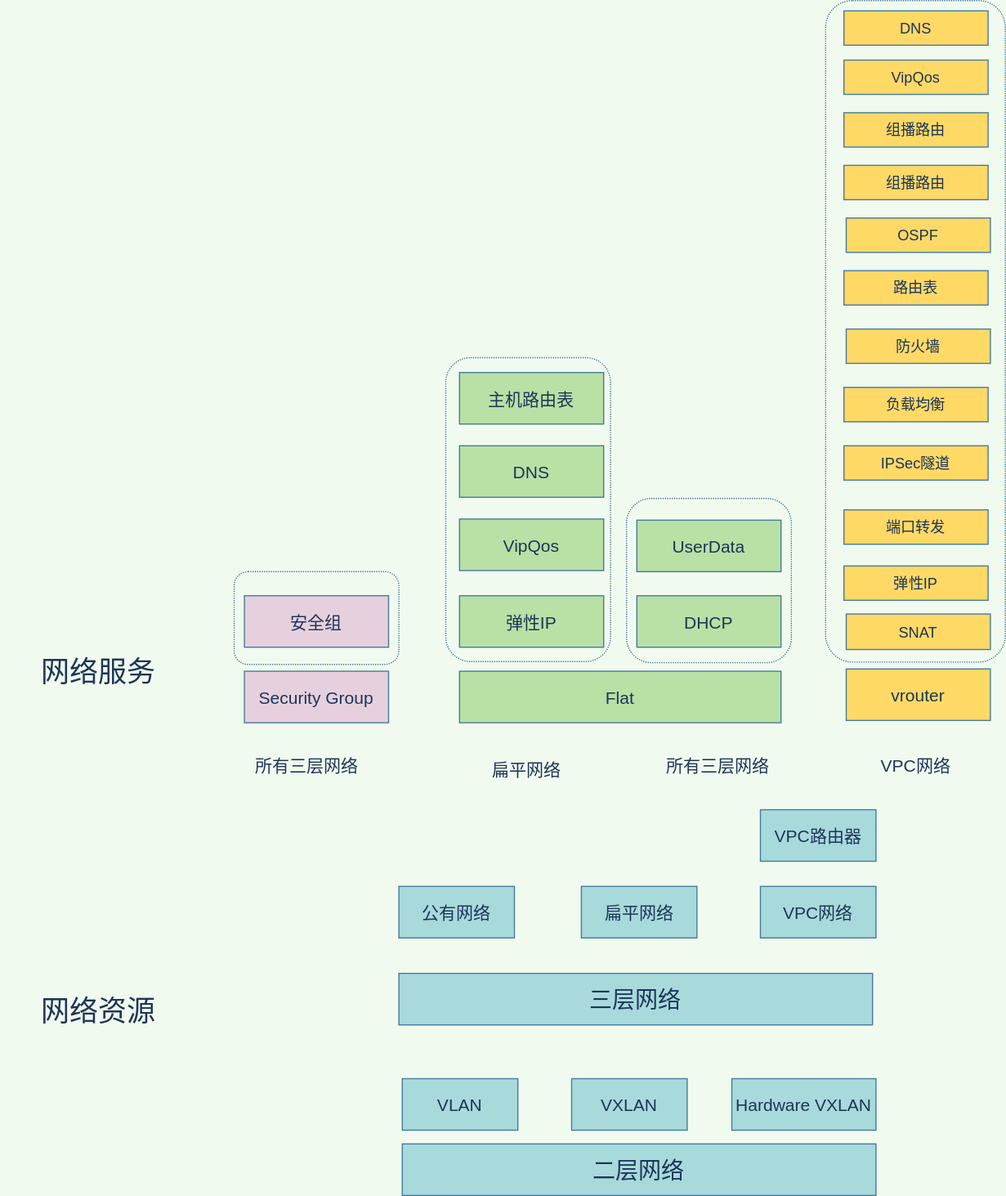
Earlier version of the draw.io export docs/modules/network/images/networkTotal.svg (zstackio/zstack). Source tidied: cells renumbered, new cells last; positions are measured from the earlier drawing's top-left corner, leaving out a move shared by most shapes. Source of this version:
```xml
<mxGraphModel background="#F1FAEE">
  <root>
    <mxCell id="0" />
    <mxCell id="1" parent="0" />
    <mxCell id="2" value="&lt;font style=&quot;font-size: 20px&quot;&gt;二层网络&lt;/font&gt;" style="rounded=0;whiteSpace=wrap;html=1;sketch=0;fontColor=#1D3557;strokeColor=#457B9D;fillColor=#A8DADC;" parent="1" vertex="1">
      <mxGeometry x="351" y="999" width="414" height="45" as="geometry" />
    </mxCell>
    <mxCell id="3" value="&lt;font style=&quot;font-size: 20px&quot;&gt;三层网络&lt;/font&gt;" style="rounded=0;whiteSpace=wrap;html=1;sketch=0;fontColor=#1D3557;strokeColor=#457B9D;fillColor=#A8DADC;" parent="1" vertex="1">
      <mxGeometry x="348" y="850" width="414" height="45" as="geometry" />
    </mxCell>
    <mxCell id="4" value="&lt;font style=&quot;font-size: 15px;&quot;&gt;DHCP&lt;/font&gt;" style="rounded=0;whiteSpace=wrap;html=1;sketch=0;fontColor=#1D3557;strokeColor=#457B9D;fontSize=15;fillColor=#B9E0A5;" parent="1" vertex="1">
      <mxGeometry x="556" y="520" width="126" height="45" as="geometry" />
    </mxCell>
    <mxCell id="5" value="&lt;span style=&quot;font-size: 15px;&quot;&gt;UserData&lt;/span&gt;" style="rounded=0;whiteSpace=wrap;html=1;sketch=0;fontColor=#1D3557;strokeColor=#457B9D;fontSize=15;fillColor=#B9E0A5;" parent="1" vertex="1">
      <mxGeometry x="556" y="454" width="126" height="45" as="geometry" />
    </mxCell>
    <mxCell id="6" value="&lt;span style=&quot;font-size: 15px;&quot;&gt;DNS&lt;/span&gt;" style="rounded=0;whiteSpace=wrap;html=1;sketch=0;fontColor=#1D3557;strokeColor=#457B9D;fontSize=15;fillColor=#B9E0A5;" parent="1" vertex="1">
      <mxGeometry x="401" y="389" width="126" height="45" as="geometry" />
    </mxCell>
    <mxCell id="7" value="&lt;span style=&quot;font-size: 15px&quot;&gt;弹性IP&lt;/span&gt;" style="rounded=0;whiteSpace=wrap;html=1;sketch=0;fontColor=#1D3557;strokeColor=#457B9D;fontSize=15;fillColor=#B9E0A5;" parent="1" vertex="1">
      <mxGeometry x="401" y="520" width="126" height="45" as="geometry" />
    </mxCell>
    <mxCell id="8" value="&lt;font style=&quot;font-size: 13px;&quot;&gt;SNAT&lt;/font&gt;" style="rounded=0;whiteSpace=wrap;html=1;sketch=0;fontColor=#1D3557;strokeColor=#457B9D;fontSize=13;fillColor=#FFD966;" parent="1" vertex="1">
      <mxGeometry x="739" y="536" width="126" height="31" as="geometry" />
    </mxCell>
    <mxCell id="9" value="&lt;font style=&quot;font-size: 25px&quot;&gt;网络资源&lt;/font&gt;" style="text;html=1;strokeColor=none;fillColor=none;align=center;verticalAlign=middle;whiteSpace=wrap;rounded=0;sketch=0;fontSize=15;fontColor=#1D3557;" parent="1" vertex="1">
      <mxGeometry y="866" width="171" height="32" as="geometry" />
    </mxCell>
    <mxCell id="10" value="&lt;font style=&quot;font-size: 15px&quot;&gt;VLAN&lt;/font&gt;" style="rounded=0;whiteSpace=wrap;html=1;sketch=0;fontColor=#1D3557;strokeColor=#457B9D;fillColor=#A8DADC;fontSize=15;" parent="1" vertex="1">
      <mxGeometry x="351" y="942" width="101" height="45" as="geometry" />
    </mxCell>
    <mxCell id="11" value="&lt;font style=&quot;font-size: 15px&quot;&gt;Hardware VXLAN&lt;/font&gt;" style="rounded=0;whiteSpace=wrap;html=1;sketch=0;fontColor=#1D3557;strokeColor=#457B9D;fillColor=#A8DADC;fontSize=15;" parent="1" vertex="1">
      <mxGeometry x="639" y="942" width="126" height="45" as="geometry" />
    </mxCell>
    <mxCell id="12" value="&lt;font style=&quot;font-size: 15px&quot;&gt;VXLAN&lt;/font&gt;" style="rounded=0;whiteSpace=wrap;html=1;sketch=0;fontColor=#1D3557;strokeColor=#457B9D;fillColor=#A8DADC;fontSize=15;" parent="1" vertex="1">
      <mxGeometry x="499" y="942" width="101" height="45" as="geometry" />
    </mxCell>
    <mxCell id="13" value="&lt;font style=&quot;font-size: 15px&quot;&gt;公有网络&lt;/font&gt;" style="rounded=0;whiteSpace=wrap;html=1;sketch=0;fontColor=#1D3557;strokeColor=#457B9D;fillColor=#A8DADC;fontSize=15;" parent="1" vertex="1">
      <mxGeometry x="348" y="774" width="101" height="45" as="geometry" />
    </mxCell>
    <mxCell id="14" value="&lt;font style=&quot;font-size: 15px&quot;&gt;扁平网络&lt;/font&gt;" style="rounded=0;whiteSpace=wrap;html=1;sketch=0;fontColor=#1D3557;strokeColor=#457B9D;fillColor=#A8DADC;fontSize=15;" parent="1" vertex="1">
      <mxGeometry x="507.5" y="774" width="101" height="45" as="geometry" />
    </mxCell>
    <mxCell id="15" value="&lt;font style=&quot;font-size: 15px&quot;&gt;VPC网络&lt;/font&gt;" style="rounded=0;whiteSpace=wrap;html=1;sketch=0;fontColor=#1D3557;strokeColor=#457B9D;fillColor=#A8DADC;fontSize=15;" parent="1" vertex="1">
      <mxGeometry x="664" y="774" width="101" height="45" as="geometry" />
    </mxCell>
    <mxCell id="16" value="&lt;font style=&quot;font-size: 25px&quot;&gt;网络服务&lt;/font&gt;" style="text;html=1;strokeColor=none;fillColor=none;align=center;verticalAlign=middle;whiteSpace=wrap;rounded=0;sketch=0;fontSize=15;fontColor=#1D3557;" parent="1" vertex="1">
      <mxGeometry y="570" width="171" height="32" as="geometry" />
    </mxCell>
    <mxCell id="17" value="&lt;font style=&quot;font-size: 15px&quot;&gt;Flat&lt;/font&gt;" style="rounded=0;whiteSpace=wrap;html=1;sketch=0;fontColor=#1D3557;strokeColor=#457B9D;fontSize=15;fillColor=#B9E0A5;" parent="1" vertex="1">
      <mxGeometry x="401" y="586" width="281" height="45" as="geometry" />
    </mxCell>
    <mxCell id="18" value="&lt;font style=&quot;font-size: 15px&quot;&gt;Security Group&lt;/font&gt;" style="rounded=0;whiteSpace=wrap;html=1;sketch=0;fontColor=#1D3557;strokeColor=#457B9D;fontSize=15;fillColor=#E6D0DE;" parent="1" vertex="1">
      <mxGeometry x="213" y="586" width="126" height="45" as="geometry" />
    </mxCell>
    <mxCell id="19" value="vrouter" style="rounded=0;whiteSpace=wrap;html=1;sketch=0;fontColor=#1D3557;strokeColor=#457B9D;fontSize=15;fillColor=#FFD966;" parent="1" vertex="1">
      <mxGeometry x="739" y="584" width="126" height="45" as="geometry" />
    </mxCell>
    <mxCell id="20" value="&lt;span style=&quot;font-size: 15px&quot;&gt;安全组&lt;/span&gt;" style="rounded=0;whiteSpace=wrap;html=1;sketch=0;fontColor=#1D3557;strokeColor=#457B9D;fontSize=15;fillColor=#E6D0DE;" parent="1" vertex="1">
      <mxGeometry x="213" y="520" width="126" height="45" as="geometry" />
    </mxCell>
    <mxCell id="21" value="&lt;span style=&quot;font-size: 13px;&quot;&gt;弹性IP&lt;/span&gt;" style="rounded=0;whiteSpace=wrap;html=1;sketch=0;fontColor=#1D3557;strokeColor=#457B9D;fontSize=13;fillColor=#FFD966;" parent="1" vertex="1">
      <mxGeometry x="737" y="494" width="126" height="30" as="geometry" />
    </mxCell>
    <mxCell id="22" style="rounded=1;whiteSpace=wrap;html=1;sketch=0;fontSize=15;fontColor=#1D3557;strokeColor=#457B9D;fillColor=none;dashed=1;dashPattern=1 1;" parent="1" vertex="1">
      <mxGeometry x="204" y="499" width="144" height="81" as="geometry" />
    </mxCell>
    <mxCell id="23" style="edgeStyle=orthogonalEdgeStyle;curved=0;rounded=1;sketch=0;orthogonalLoop=1;jettySize=auto;html=1;exitX=0.5;exitY=1;exitDx=0;exitDy=0;fontSize=15;fontColor=#1D3557;strokeColor=#457B9D;fillColor=#A8DADC;" parent="1" edge="1" source="22" target="22">
      <mxGeometry relative="1" as="geometry" />
    </mxCell>
    <mxCell id="24" value="&lt;span style=&quot;font-size: 13px&quot;&gt;端口转发&lt;/span&gt;" style="rounded=0;whiteSpace=wrap;html=1;sketch=0;fontColor=#1D3557;strokeColor=#457B9D;fontSize=13;fillColor=#FFD966;" parent="1" vertex="1">
      <mxGeometry x="737" y="445" width="126" height="30" as="geometry" />
    </mxCell>
    <mxCell id="25" value="&lt;span style=&quot;font-size: 13px&quot;&gt;IPSec隧道&lt;/span&gt;" style="rounded=0;whiteSpace=wrap;html=1;sketch=0;fontColor=#1D3557;strokeColor=#457B9D;fontSize=13;fillColor=#FFD966;" parent="1" vertex="1">
      <mxGeometry x="737" y="389" width="126" height="30" as="geometry" />
    </mxCell>
    <mxCell id="26" value="&lt;span style=&quot;font-size: 13px&quot;&gt;负载均衡&lt;/span&gt;" style="rounded=0;whiteSpace=wrap;html=1;sketch=0;fontColor=#1D3557;strokeColor=#457B9D;fontSize=13;fillColor=#FFD966;" parent="1" vertex="1">
      <mxGeometry x="737" y="338" width="126" height="30" as="geometry" />
    </mxCell>
    <mxCell id="27" value="&lt;span style=&quot;font-size: 13px&quot;&gt;防火墙&lt;/span&gt;" style="rounded=0;whiteSpace=wrap;html=1;sketch=0;fontColor=#1D3557;strokeColor=#457B9D;fontSize=13;fillColor=#FFD966;" parent="1" vertex="1">
      <mxGeometry x="739" y="287" width="126" height="30" as="geometry" />
    </mxCell>
    <mxCell id="28" value="&lt;span style=&quot;font-size: 13px&quot;&gt;路由表&lt;/span&gt;" style="rounded=0;whiteSpace=wrap;html=1;sketch=0;fontColor=#1D3557;strokeColor=#457B9D;fontSize=13;fillColor=#FFD966;" parent="1" vertex="1">
      <mxGeometry x="737" y="236" width="126" height="30" as="geometry" />
    </mxCell>
    <mxCell id="29" value="OSPF" style="rounded=0;whiteSpace=wrap;html=1;sketch=0;fontColor=#1D3557;strokeColor=#457B9D;fontSize=13;fillColor=#FFD966;" parent="1" vertex="1">
      <mxGeometry x="739" y="190" width="126" height="30" as="geometry" />
    </mxCell>
    <mxCell id="30" value="组播路由" style="rounded=0;whiteSpace=wrap;html=1;sketch=0;fontColor=#1D3557;strokeColor=#457B9D;fontSize=13;fillColor=#FFD966;" parent="1" vertex="1">
      <mxGeometry x="737" y="144" width="126" height="30" as="geometry" />
    </mxCell>
    <mxCell id="31" value="组播路由" style="rounded=0;whiteSpace=wrap;html=1;sketch=0;fontColor=#1D3557;strokeColor=#457B9D;fontSize=13;fillColor=#FFD966;" parent="1" vertex="1">
      <mxGeometry x="737" y="98" width="126" height="30" as="geometry" />
    </mxCell>
    <mxCell id="32" value="VipQos" style="rounded=0;whiteSpace=wrap;html=1;sketch=0;fontColor=#1D3557;strokeColor=#457B9D;fontSize=13;fillColor=#FFD966;" parent="1" vertex="1">
      <mxGeometry x="737" y="52" width="126" height="30" as="geometry" />
    </mxCell>
    <mxCell id="33" value="&lt;span style=&quot;font-size: 15px&quot;&gt;VipQos&lt;/span&gt;" style="rounded=0;whiteSpace=wrap;html=1;sketch=0;fontColor=#1D3557;strokeColor=#457B9D;fontSize=15;fillColor=#B9E0A5;" parent="1" vertex="1">
      <mxGeometry x="401" y="453" width="126" height="45" as="geometry" />
    </mxCell>
    <mxCell id="34" style="rounded=1;whiteSpace=wrap;html=1;sketch=0;fontSize=15;fontColor=#1D3557;strokeColor=#457B9D;fillColor=none;dashed=1;dashPattern=1 1;" parent="1" vertex="1">
      <mxGeometry x="547" y="435" width="144" height="143.5" as="geometry" />
    </mxCell>
    <mxCell id="35" value="&lt;font style=&quot;font-size: 15px&quot;&gt;所有三层网络&lt;/font&gt;" style="text;html=1;strokeColor=none;fillColor=none;align=center;verticalAlign=middle;whiteSpace=wrap;rounded=0;sketch=0;fontSize=15;fontColor=#1D3557;" parent="1" vertex="1">
      <mxGeometry x="197" y="652" width="142" height="32" as="geometry" />
    </mxCell>
    <mxCell id="36" value="&lt;font style=&quot;font-size: 15px&quot;&gt;所有三层网络&lt;/font&gt;" style="text;html=1;strokeColor=none;fillColor=none;align=center;verticalAlign=middle;whiteSpace=wrap;rounded=0;sketch=0;fontSize=15;fontColor=#1D3557;" parent="1" vertex="1">
      <mxGeometry x="556" y="652" width="142" height="32" as="geometry" />
    </mxCell>
    <mxCell id="37" value="&lt;font style=&quot;font-size: 15px&quot;&gt;扁平网络&lt;/font&gt;" style="text;html=1;strokeColor=none;fillColor=none;align=center;verticalAlign=middle;whiteSpace=wrap;rounded=0;sketch=0;fontSize=15;fontColor=#1D3557;" parent="1" vertex="1">
      <mxGeometry x="389" y="656" width="142" height="32" as="geometry" />
    </mxCell>
    <mxCell id="38" value="&lt;font style=&quot;font-size: 15px&quot;&gt;VPC网络&lt;/font&gt;" style="text;html=1;strokeColor=none;fillColor=none;align=center;verticalAlign=middle;whiteSpace=wrap;rounded=0;sketch=0;fontSize=15;fontColor=#1D3557;" parent="1" vertex="1">
      <mxGeometry x="729" y="652" width="142" height="32" as="geometry" />
    </mxCell>
    <mxCell id="39" value="&lt;span style=&quot;font-size: 15px&quot;&gt;主机路由表&lt;/span&gt;" style="rounded=0;whiteSpace=wrap;html=1;sketch=0;fontColor=#1D3557;strokeColor=#457B9D;fontSize=15;fillColor=#B9E0A5;" parent="1" vertex="1">
      <mxGeometry x="401" y="325" width="126" height="45" as="geometry" />
    </mxCell>
    <mxCell id="40" value="DNS" style="rounded=0;whiteSpace=wrap;html=1;sketch=0;fontColor=#1D3557;strokeColor=#457B9D;fontSize=13;fillColor=#FFD966;" parent="1" vertex="1">
      <mxGeometry x="737" y="9" width="126" height="30" as="geometry" />
    </mxCell>
    <mxCell id="41" value="&lt;font style=&quot;font-size: 15px&quot;&gt;VPC路由器&lt;/font&gt;" style="rounded=0;whiteSpace=wrap;html=1;sketch=0;fontColor=#1D3557;strokeColor=#457B9D;fillColor=#A8DADC;fontSize=15;" parent="1" vertex="1">
      <mxGeometry x="664" y="707" width="101" height="45" as="geometry" />
    </mxCell>
    <mxCell id="42" style="rounded=1;whiteSpace=wrap;html=1;sketch=0;fontSize=15;fontColor=#1D3557;strokeColor=#457B9D;fillColor=none;dashed=1;dashPattern=1 1;" parent="1" vertex="1">
      <mxGeometry x="389" y="312" width="144" height="265.5" as="geometry" />
    </mxCell>
    <mxCell id="43" style="rounded=1;whiteSpace=wrap;html=1;sketch=0;fontSize=15;fontColor=#1D3557;strokeColor=#457B9D;fillColor=none;dashed=1;dashPattern=1 1;" parent="1" vertex="1">
      <mxGeometry x="721" width="157" height="578" as="geometry" />
    </mxCell>
  </root>
</mxGraphModel>
```
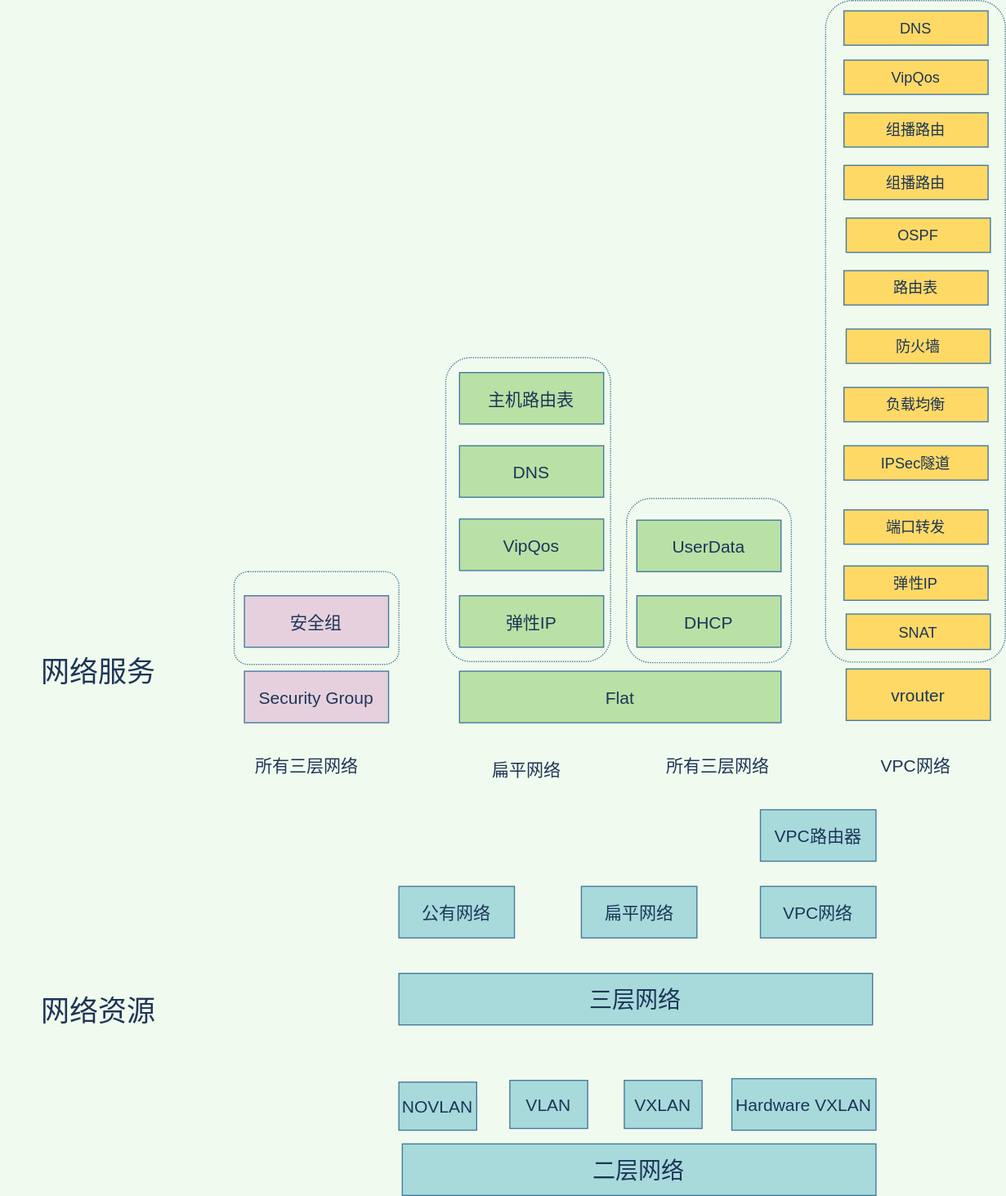
After the commit.

Commit message:
<type>[scope]: fix network doc

Change to the diagram source:
```diff
@@ -26,14 +26,11 @@
     <mxCell id="9" value="&lt;font style=&quot;font-size: 25px&quot;&gt;网络资源&lt;/font&gt;" style="text;html=1;strokeColor=none;fillColor=none;align=center;verticalAlign=middle;whiteSpace=wrap;rounded=0;sketch=0;fontSize=15;fontColor=#1D3557;" parent="1" vertex="1">
       <mxGeometry y="866" width="171" height="32" as="geometry" />
     </mxCell>
-    <mxCell id="10" value="&lt;font style=&quot;font-size: 15px&quot;&gt;VLAN&lt;/font&gt;" style="rounded=0;whiteSpace=wrap;html=1;sketch=0;fontColor=#1D3557;strokeColor=#457B9D;fillColor=#A8DADC;fontSize=15;" parent="1" vertex="1">
-      <mxGeometry x="351" y="942" width="101" height="45" as="geometry" />
-    </mxCell>
     <mxCell id="11" value="&lt;font style=&quot;font-size: 15px&quot;&gt;Hardware VXLAN&lt;/font&gt;" style="rounded=0;whiteSpace=wrap;html=1;sketch=0;fontColor=#1D3557;strokeColor=#457B9D;fillColor=#A8DADC;fontSize=15;" parent="1" vertex="1">
       <mxGeometry x="639" y="942" width="126" height="45" as="geometry" />
     </mxCell>
     <mxCell id="12" value="&lt;font style=&quot;font-size: 15px&quot;&gt;VXLAN&lt;/font&gt;" style="rounded=0;whiteSpace=wrap;html=1;sketch=0;fontColor=#1D3557;strokeColor=#457B9D;fillColor=#A8DADC;fontSize=15;" parent="1" vertex="1">
-      <mxGeometry x="499" y="942" width="101" height="45" as="geometry" />
+      <mxGeometry x="545" y="943.5" width="68" height="42" as="geometry" />
     </mxCell>
     <mxCell id="13" value="&lt;font style=&quot;font-size: 15px&quot;&gt;公有网络&lt;/font&gt;" style="rounded=0;whiteSpace=wrap;html=1;sketch=0;fontColor=#1D3557;strokeColor=#457B9D;fillColor=#A8DADC;fontSize=15;" parent="1" vertex="1">
       <mxGeometry x="348" y="774" width="101" height="45" as="geometry" />
@@ -128,5 +125,11 @@
     <mxCell id="43" style="rounded=1;whiteSpace=wrap;html=1;sketch=0;fontSize=15;fontColor=#1D3557;strokeColor=#457B9D;fillColor=none;dashed=1;dashPattern=1 1;" parent="1" vertex="1">
       <mxGeometry x="721" width="157" height="578" as="geometry" />
     </mxCell>
+    <mxCell id="44" value="NOVLAN" style="rounded=0;whiteSpace=wrap;html=1;sketch=0;fontColor=#1D3557;strokeColor=#457B9D;fillColor=#A8DADC;fontSize=15;" parent="1" vertex="1">
+      <mxGeometry x="348" y="945" width="68" height="42" as="geometry" />
+    </mxCell>
+    <mxCell id="10" value="VLAN" style="rounded=0;whiteSpace=wrap;html=1;sketch=0;fontColor=#1D3557;strokeColor=#457B9D;fillColor=#A8DADC;fontSize=15;" parent="1" vertex="1">
+      <mxGeometry x="445" y="943.5" width="68" height="42" as="geometry" />
+    </mxCell>
   </root>
 </mxGraphModel>
```
